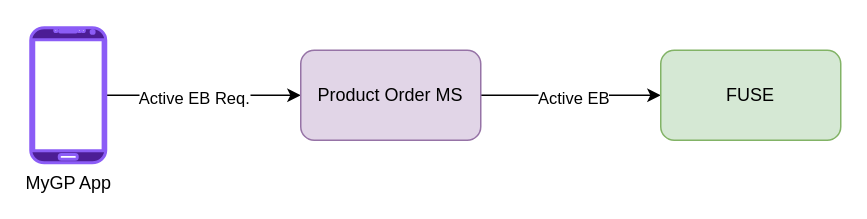
This is Balance Transfer.drawio from theasad/draw.io, a draw.io file, before an edit. Source tidied: cells renumbered, new cells numbered last; positions are measured from the earlier drawing's top-left corner, leaving out a move shared by most shapes. Both pictures are drawn from the tidied source at 150%, with x=0, y=0 at pixel (30, 27).
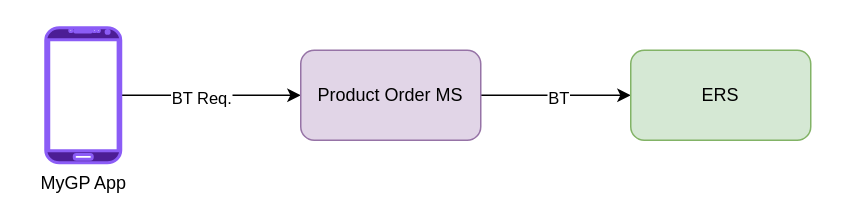
After the change.

The edit, as a diff of the source:
```diff
@@
 <mxGraphModel>
   <root>
     <mxCell id="0" />
     <mxCell id="1" parent="0" />
     <mxCell id="2" style="edgeStyle=orthogonalEdgeStyle;rounded=0;jettySize=auto;html=1;entryX=0;entryY=0.5;entryDx=0;entryDy=0;" parent="1" edge="1" source="4" target="7">
       <mxGeometry relative="1" as="geometry" />
     </mxCell>
-    <mxCell id="3" value="Active EB Req." style="edgeLabel;html=1;align=center;verticalAlign=middle;" parent="2" vertex="1">
+    <mxCell id="3" value="BT Req." style="edgeLabel;html=1;align=center;verticalAlign=middle;" parent="2" vertex="1">
       <mxGeometry x="-0.11" y="-4" relative="1" as="geometry">
         <mxPoint y="-3" as="offset" />
       </mxGeometry>
     </mxCell>
     <mxCell id="4" value="MyGP App" style="verticalLabelPosition=bottom;verticalAlign=top;html=1;shadow=0;dashed=0;outlineConnect=0;shape=mxgraph.android.phone2;fillColor=#4c1d95;strokeColor=#8b5cf6;strokeWidth=2;" parent="1" vertex="1">
-      <mxGeometry width="50" height="90" as="geometry" />
+      <mxGeometry x="10" width="50" height="90" as="geometry" />
     </mxCell>
     <mxCell id="5" style="edgeStyle=orthogonalEdgeStyle;rounded=0;jettySize=auto;html=1;exitX=1;exitY=0.5;exitDx=0;exitDy=0;" parent="1" edge="1" source="7" target="8">
       <mxGeometry relative="1" as="geometry" />
     </mxCell>
-    <mxCell id="6" value="Active EB" style="edgeLabel;html=1;align=center;verticalAlign=middle;" parent="5" vertex="1">
+    <mxCell id="6" value="BT" style="edgeLabel;html=1;align=center;verticalAlign=middle;" parent="5" vertex="1">
       <mxGeometry x="0.01" y="-1" relative="1" as="geometry" />
     </mxCell>
     <mxCell id="7" value="Product Order MS" style="rounded=1;whiteSpace=wrap;html=1;fillColor=#e1d5e7;strokeColor=#9673a6;" parent="1" vertex="1">
       <mxGeometry x="180" y="15" width="120" height="60" as="geometry" />
     </mxCell>
-    <mxCell id="8" value="FUSE" style="rounded=1;whiteSpace=wrap;html=1;fillColor=#d5e8d4;strokeColor=#82b366;align=center;" parent="1" vertex="1">
-      <mxGeometry x="420" y="15" width="120" height="60" as="geometry" />
+    <mxCell id="8" value="ERS" style="rounded=1;whiteSpace=wrap;html=1;fillColor=#d5e8d4;strokeColor=#82b366;align=center;" parent="1" vertex="1">
+      <mxGeometry x="400" y="15" width="120" height="60" as="geometry" />
     </mxCell>
   </root>
 </mxGraphModel>
```
